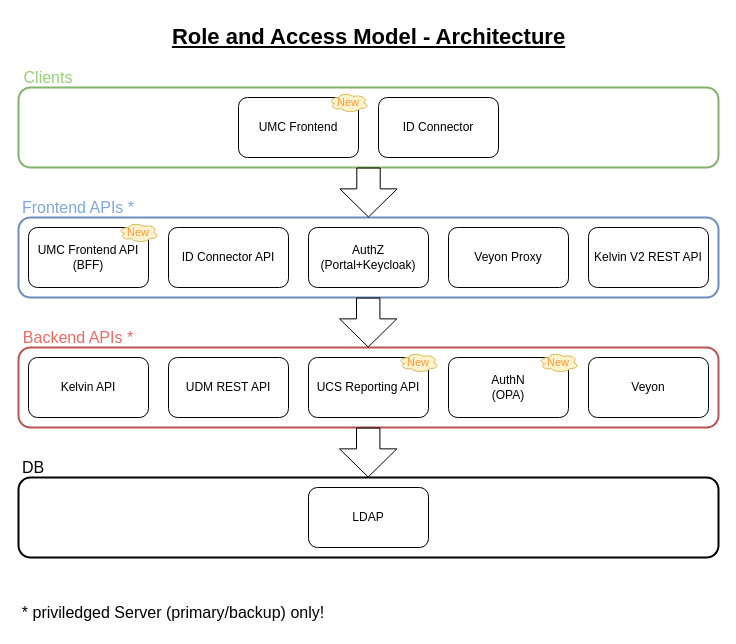
univention/ucs-school keeps this draw.io diagram as doc/devel/architecture-graphs/Role_and_Access_Model/RAM-Architecture.drawio. Above is the earlier version. Source tidied: cells renumbered, new cells numbered last; positions are measured from the earlier drawing's top-left corner, leaving out a move shared by most shapes. Both pictures are drawn from the tidied source at 100%, with x=0, y=0 at pixel (18, 17).
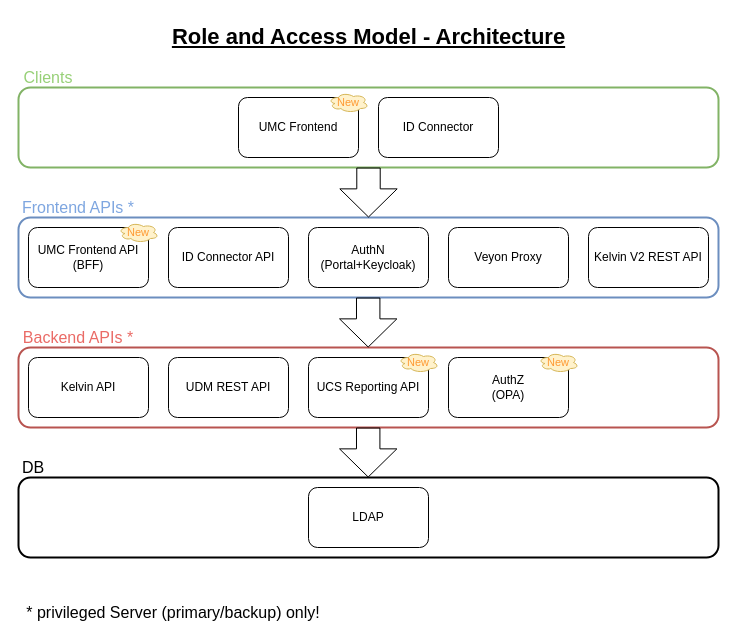
After the change.

Change to the diagram source:
```diff
@@
-    <mxCell id="9" value="&lt;div&gt;AuthN&lt;/div&gt;&lt;div&gt;(OPA)&lt;br&gt;&lt;/div&gt;" style="rounded=1;whiteSpace=wrap;html=1;" parent="1" vertex="1">
+    <mxCell id="9" value="&lt;div&gt;AuthZ&lt;/div&gt;&lt;div&gt;(OPA)&lt;br&gt;&lt;/div&gt;" style="rounded=1;whiteSpace=wrap;html=1;" parent="1" vertex="1">
       <mxGeometry x="430" y="340" width="120" height="60" as="geometry" />
     </mxCell>
-    <mxCell id="10" value="&lt;div&gt;AuthZ&lt;/div&gt;&lt;div&gt;(Portal+Keycloak)&lt;/div&gt;" style="rounded=1;whiteSpace=wrap;html=1;" parent="1" vertex="1">
+    <mxCell id="10" value="&lt;div&gt;AuthN&lt;/div&gt;&lt;div&gt;(Portal+Keycloak)&lt;/div&gt;" style="rounded=1;whiteSpace=wrap;html=1;" parent="1" vertex="1">
       <mxGeometry x="290" y="210" width="120" height="60" as="geometry" />
     </mxCell>
@@
-    <mxCell id="13" value="&lt;div&gt;Veyon&lt;/div&gt;" style="rounded=1;whiteSpace=wrap;html=1;" parent="1" vertex="1">
-      <mxGeometry x="570" y="340" width="120" height="60" as="geometry" />
-    </mxCell>
@@
-    <mxCell id="29" value="* priviledged Server (primary/backup) only!" style="text;html=1;strokeColor=none;fillColor=none;align=center;verticalAlign=middle;whiteSpace=wrap;rounded=0;fontSize=16;" parent="1" vertex="1">
+    <mxCell id="29" value="*&amp;nbsp;privileged Server (primary/backup) only!" style="text;html=1;strokeColor=none;fillColor=none;align=center;verticalAlign=middle;whiteSpace=wrap;rounded=0;fontSize=16;" parent="1" vertex="1">
       <mxGeometry y="580" width="310" height="30" as="geometry" />
     </mxCell>
```
